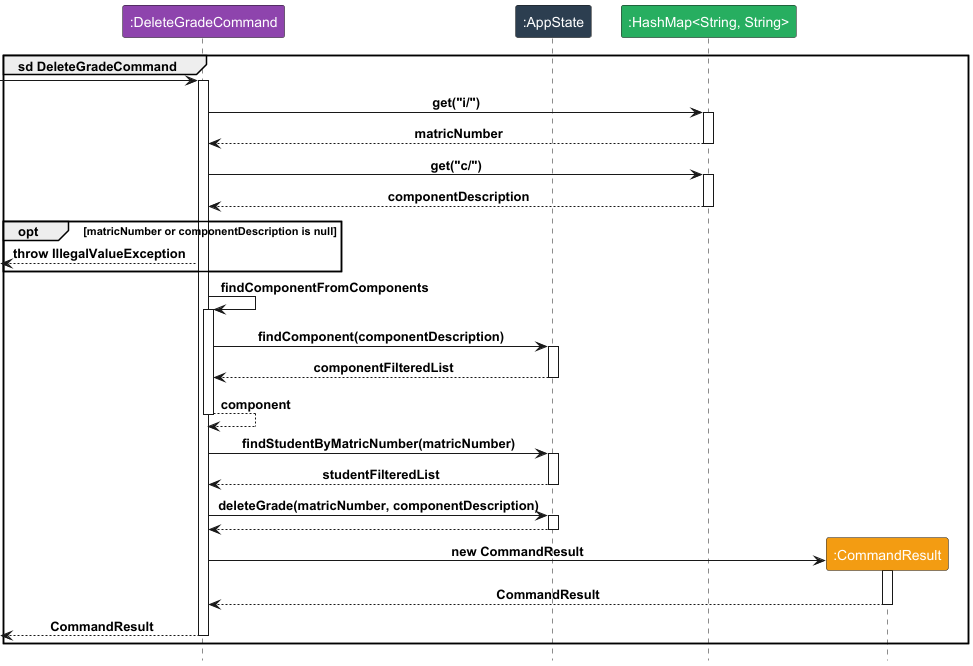
yeekian/tp keeps this PlantUML diagram as docs/diagrams/DeleteGradeCommand.png. Above is the earlier version.
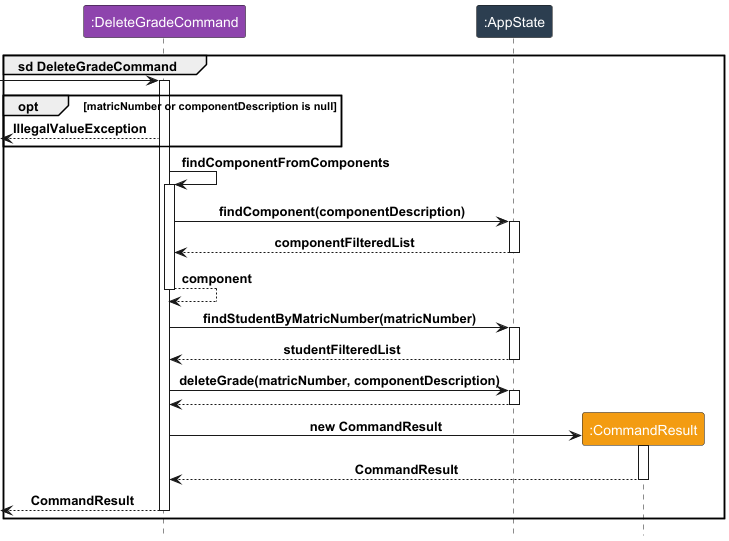
The same file after the commit.

What changed in the source:
```diff
@@ -3,23 +3,14 @@
 group sd DeleteGradeCommand
 participant ":DeleteGradeCommand" as C LOGIC_COLOR_3
 participant ":AppState" as A LOGIC_COLOR_2
-participant ":HashMap<String, String>" as H LOGIC_COLOR_7
 participant ":CommandResult" as R LOGIC_COLOR_8
 
 [->C
 activate C
-C -> H : get("i/")
-activate H
-C <-- H : matricNumber
-deactivate H
 
-C -> H : get("c/")
-activate H
-C <-- H : componentDescription
-deactivate H
 
 opt matricNumber or componentDescription is null
-    [<--C : throw IllegalValueException
+    [<--C : IllegalValueException
 end
 
 C -> C : findComponentFromComponents
```
